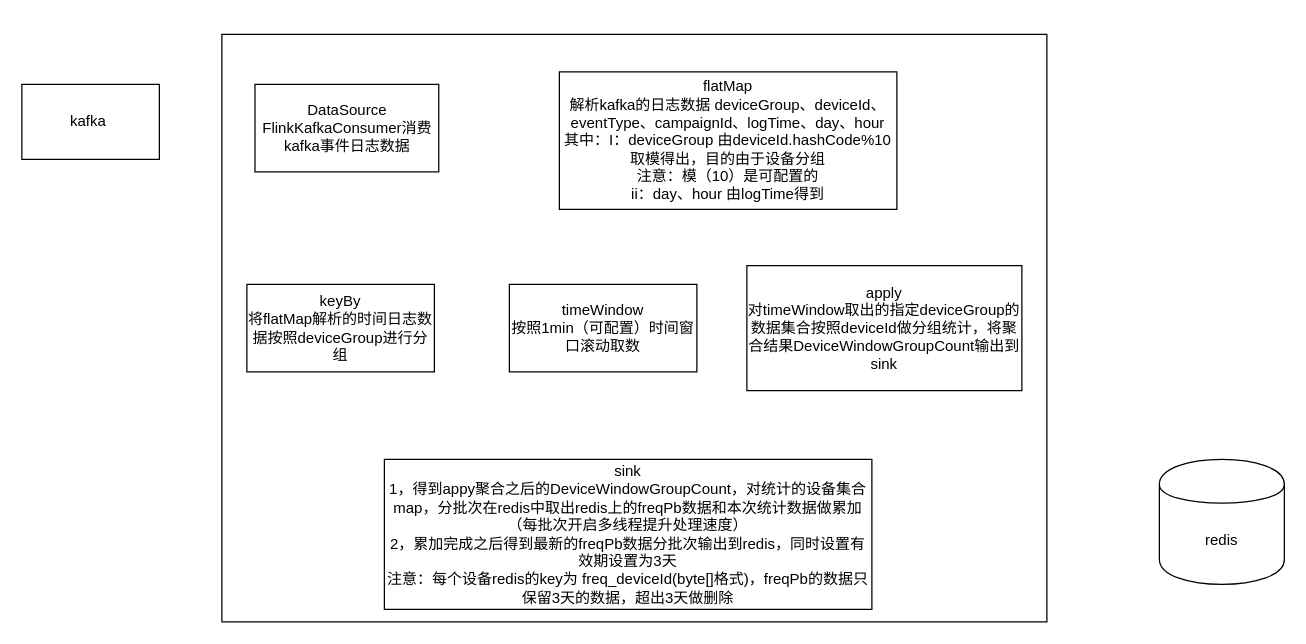
Above: 频次服务流程设计.drawio in cp0802/xueqqiu (draw.io), before the change. Source tidied: cells renumbered, new cells numbered last; positions are measured from the earlier drawing's top-left corner, leaving out a move shared by most shapes. Both pictures are drawn from the tidied source at 125%, with x=0, y=0 at pixel (21, 34).
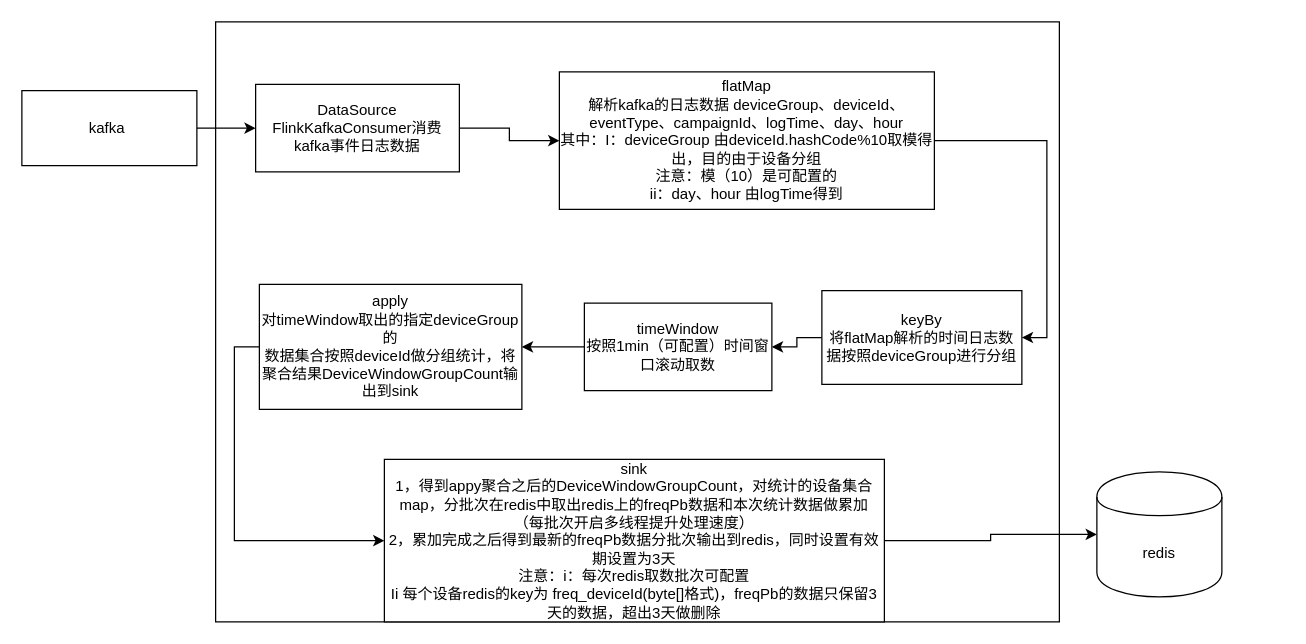
Above is the later version.

Commit message (it also covers changes not shown here):
Update 频次服务流程设计.drawio

The edit, as a diff of the source:
```diff
@@
 <mxGraphModel>
   <root>
     <mxCell id="0" />
     <mxCell id="1" parent="0" />
+    <mxCell id="3" style="rounded=0;whiteSpace=wrap;html=1;" parent="1" vertex="1">
+      <mxGeometry x="155" y="-10" width="675" height="480" as="geometry" />
+    </mxCell>
+    <mxCell id="11" style="edgeStyle=orthogonalEdgeStyle;rounded=0;jettySize=auto;html=1;entryX=0;entryY=0.5;entryDx=0;entryDy=0;" parent="1" edge="1" source="2" target="4">
+      <mxGeometry relative="1" as="geometry" />
+    </mxCell>
     <mxCell id="2" value="kafka&amp;nbsp;" style="rounded=0;whiteSpace=wrap;html=1;" parent="1" vertex="1">
-      <mxGeometry y="40" width="110" height="60" as="geometry" />
+      <mxGeometry y="45" width="140" height="60" as="geometry" />
     </mxCell>
-    <mxCell id="3" style="rounded=0;whiteSpace=wrap;html=1;" parent="1" vertex="1">
-      <mxGeometry x="160" width="660" height="470" as="geometry" />
-    </mxCell>
+    <mxCell id="12" style="edgeStyle=orthogonalEdgeStyle;rounded=0;jettySize=auto;html=1;" parent="1" edge="1" source="4" target="5">
+      <mxGeometry relative="1" as="geometry" />
+    </mxCell>
     <mxCell id="4" value="DataSource&lt;br&gt;FlinkKafkaConsumer消费kafka事件日志数据" style="rounded=0;whiteSpace=wrap;html=1;" parent="1" vertex="1">
-      <mxGeometry x="186.5" y="40" width="147" height="70" as="geometry" />
+      <mxGeometry x="187" y="40" width="163" height="70" as="geometry" />
     </mxCell>
+    <mxCell id="13" style="edgeStyle=orthogonalEdgeStyle;rounded=0;jettySize=auto;html=1;exitX=1;exitY=0.5;exitDx=0;exitDy=0;entryX=1;entryY=0.5;entryDx=0;entryDy=0;" parent="1" edge="1" source="5" target="6">
+      <mxGeometry relative="1" as="geometry" />
+    </mxCell>
     <mxCell id="5" value="flatMap&lt;br&gt;解析kafka的日志数据 deviceGroup、deviceId、eventType、campaignId、logTime、day、hour &lt;br&gt;其中：I：deviceGroup 由deviceId.hashCode%10取模得出，目的由于设备分组&lt;br&gt;注意：模（10）是可配置的&lt;br&gt;ii：day、hour 由logTime得到" style="rounded=0;whiteSpace=wrap;html=1;" parent="1" vertex="1">
-      <mxGeometry x="430" y="30" width="270" height="110" as="geometry" />
+      <mxGeometry x="430" y="30" width="300" height="110" as="geometry" />
     </mxCell>
+    <mxCell id="14" style="edgeStyle=orthogonalEdgeStyle;rounded=0;jettySize=auto;html=1;" parent="1" edge="1" source="6" target="7">
+      <mxGeometry relative="1" as="geometry" />
+    </mxCell>
     <mxCell id="6" value="keyBy&lt;br&gt;将flatMap解析的时间日志数据按照deviceGroup进行分组" style="rounded=0;whiteSpace=wrap;html=1;" parent="1" vertex="1">
-      <mxGeometry x="180" y="200" width="150" height="70" as="geometry" />
+      <mxGeometry x="640" y="205" width="160" height="75" as="geometry" />
     </mxCell>
+    <mxCell id="15" style="edgeStyle=orthogonalEdgeStyle;rounded=0;jettySize=auto;html=1;" parent="1" edge="1" source="7" target="8">
+      <mxGeometry relative="1" as="geometry" />
+    </mxCell>
     <mxCell id="7" value="timeWindow&lt;br&gt;按照1min（可配置）时间窗口滚动取数&lt;br&gt;" style="rounded=0;whiteSpace=wrap;html=1;" parent="1" vertex="1">
-      <mxGeometry x="390" y="200" width="150" height="70" as="geometry" />
+      <mxGeometry x="450" y="215" width="150" height="70" as="geometry" />
     </mxCell>
+    <mxCell id="16" style="edgeStyle=orthogonalEdgeStyle;rounded=0;jettySize=auto;html=1;entryX=0;entryY=0.5;entryDx=0;entryDy=0;exitX=0;exitY=0.5;exitDx=0;exitDy=0;" parent="1" edge="1" source="8" target="9">
+      <mxGeometry relative="1" as="geometry" />
+    </mxCell>
     <mxCell id="8" value="apply&lt;br&gt;对timeWindow取出的指定deviceGroup的&lt;br&gt;数据集合按照deviceId做分组统计，将聚合结果DeviceWindowGroupCount输出到sink" style="rounded=0;whiteSpace=wrap;html=1;" parent="1" vertex="1">
-      <mxGeometry x="580" y="185" width="220" height="100" as="geometry" />
+      <mxGeometry x="190" y="200" width="210" height="100" as="geometry" />
     </mxCell>
+    <mxCell id="17" style="edgeStyle=orthogonalEdgeStyle;rounded=0;jettySize=auto;html=1;" parent="1" edge="1" source="9" target="10">
+      <mxGeometry relative="1" as="geometry" />
+    </mxCell>
-    <mxCell id="9" value="sink&lt;br&gt;1，得到appy聚合之后的DeviceWindowGroupCount，对统计的设备集合map，分批次在redis中取出redis上的freqPb数据和本次统计数据做累加（每批次开启多线程提升处理速度）&lt;br&gt;2，累加完成之后得到最新的freqPb数据分批次输出到redis，同时设置有效期设置为3天&lt;br&gt;注意：每个设备redis的key为 freq_deviceId(byte[]格式)，freqPb的数据只保留3天的数据，超出3天做删除" style="rounded=0;whiteSpace=wrap;html=1;" parent="1" vertex="1">
-      <mxGeometry x="290" y="340" width="390" height="120" as="geometry" />
+    <mxCell id="9" value="sink&lt;br&gt;1，得到appy聚合之后的DeviceWindowGroupCount，对统计的设备集合map，分批次在redis中取出redis上的freqPb数据和本次统计数据做累加（每批次开启多线程提升处理速度）&lt;br&gt;2，累加完成之后得到最新的freqPb数据分批次输出到redis，同时设置有效期设置为3天&lt;br&gt;注意：i：每次redis取数批次可配置&lt;br&gt;Ii 每个设备redis的key为 freq_deviceId(byte[]格式)，freqPb的数据只保留3天的数据，超出3天做删除" style="rounded=0;whiteSpace=wrap;html=1;" parent="1" vertex="1">
+      <mxGeometry x="290" y="340" width="400" height="130" as="geometry" />
     </mxCell>
     <mxCell id="10" value="redis" style="shape=cylinder;whiteSpace=wrap;html=1;boundedLbl=1;backgroundOutline=1;" parent="1" vertex="1">
-      <mxGeometry x="910" y="340" width="100" height="100" as="geometry" />
+      <mxGeometry x="860" y="350" width="100" height="100" as="geometry" />
     </mxCell>
   </root>
 </mxGraphModel>
```
